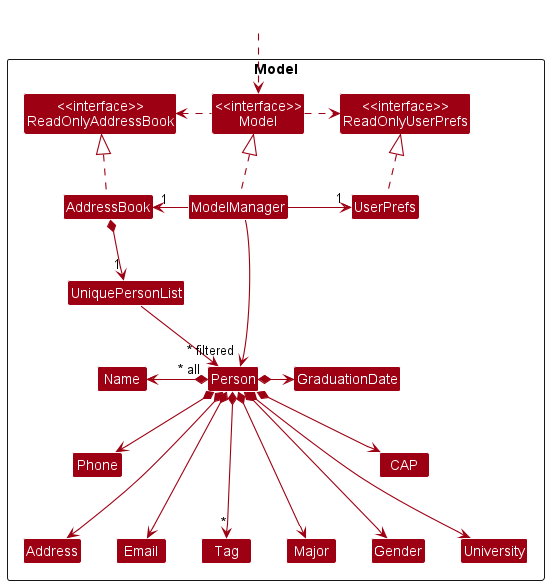
The PlantUML diagram docs/images/ModelClassDiagram.png in nus-cs2103-AY2223S1/tp, before a commit.
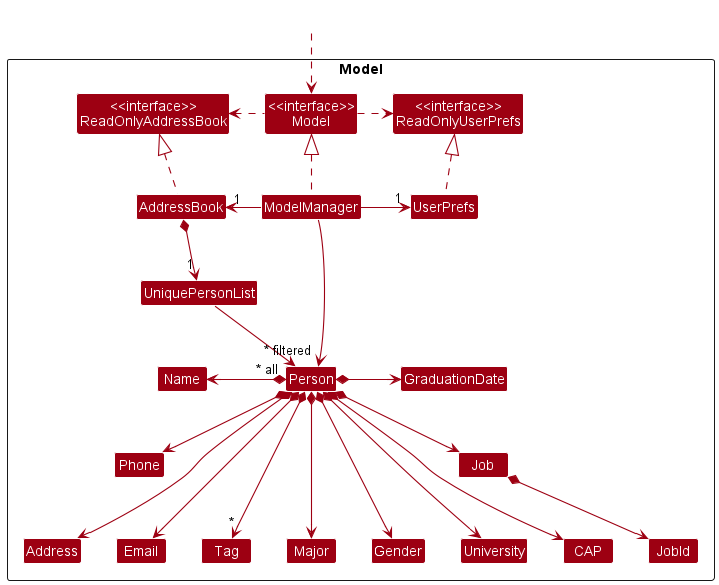
After the commit.

Commit message:
Update UML diagrams to include Job and JobId attributes

Diff of the diagram source:
```diff
@@ -24,6 +24,8 @@
 Class Gender
 Class University
 CLass CAP
+Class Job
+Class JobId
 
 }
 
@@ -51,7 +53,9 @@
 Person *---> Major
 Person *---> Gender
 Person *---> University
-Person *--> CAP
+Person *---> CAP
+Person *--> Job
+Job *--> JobId
 
 
 ModelManager -[hidden]down-> Person
@@ -59,5 +63,7 @@
 Phone -[hidden]right-> Address
 Address -[hidden]right-> Email
 
+GraduationDate -[hidden]down- Job
+
 ModelManager -->"~* filtered" Person
 @enduml
```
